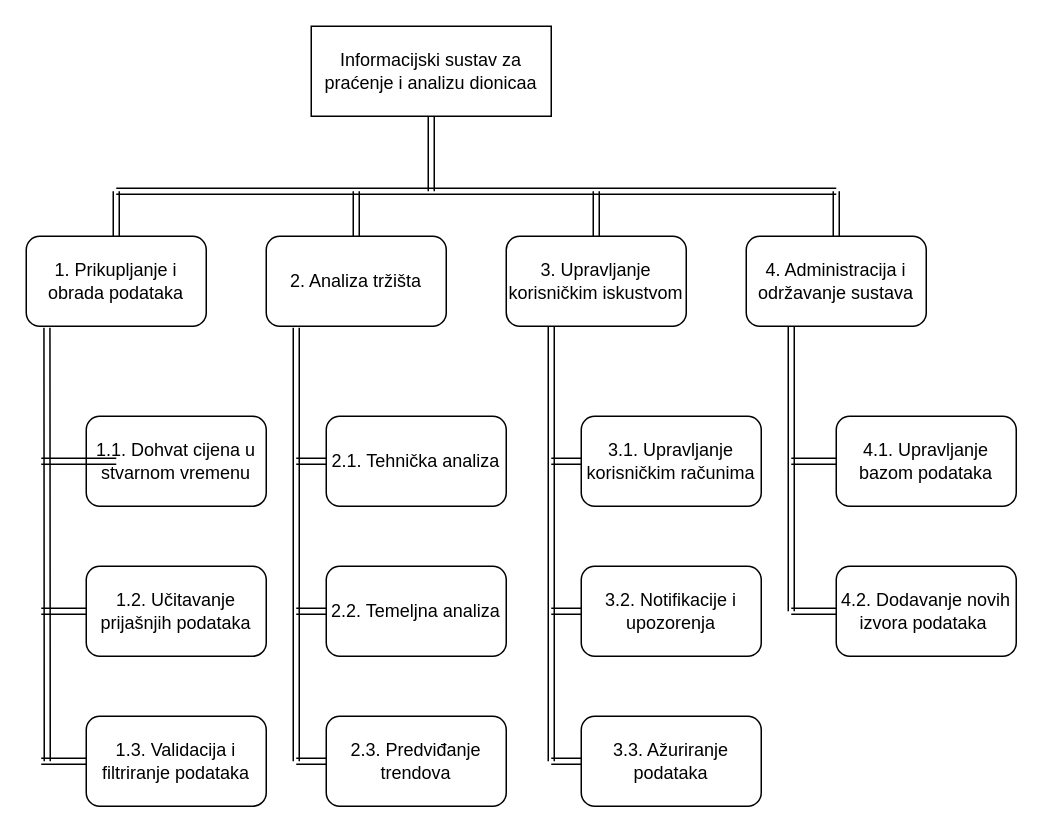
Above: 2. Specifikacija zahtjeva/2. Model funkcija/Model funkcija.drawio in hrvlionME/Dionice (draw.io), before the change. Source tidied: cells renumbered, new cells numbered last; positions are measured from the earlier drawing's top-left corner, leaving out a move shared by most shapes. Both pictures are drawn from the tidied source at 150%, with x=0, y=0 at pixel (26, 26).
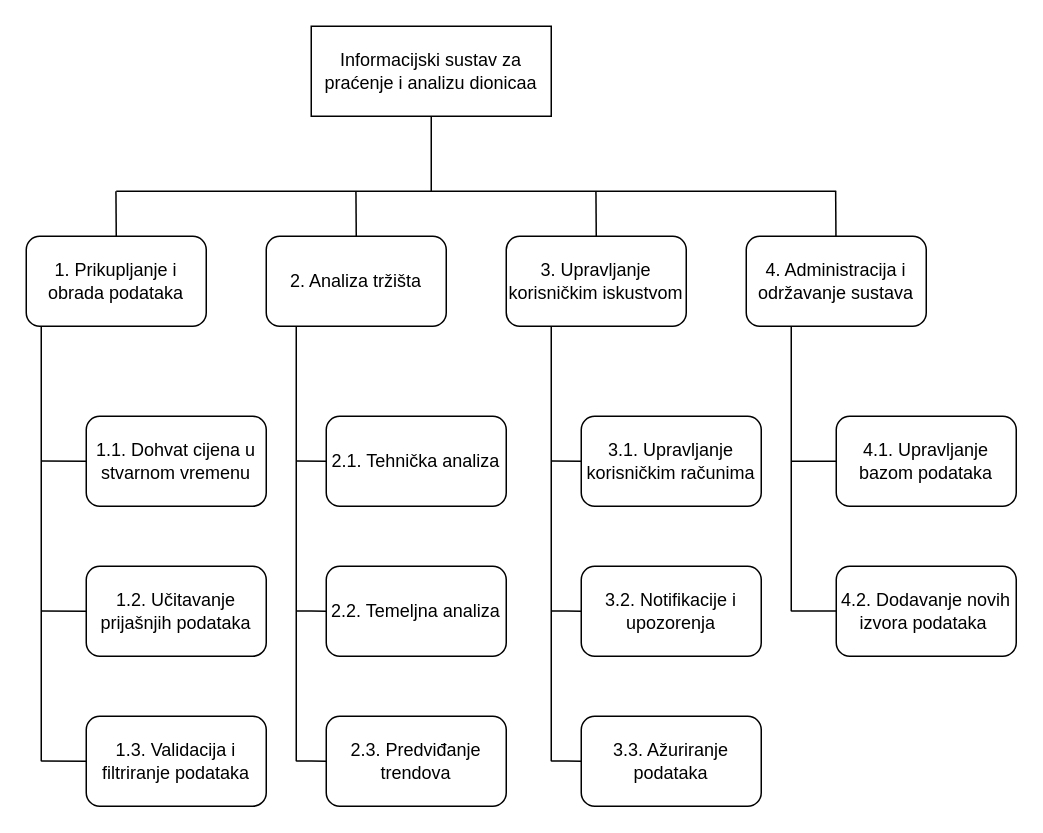
Above is the later version.

The change refers to these unchanged cells:
```xml
<mxCell id="2" value="&lt;font&gt;Informacijski sustav za praćenje i analizu dionicaa&lt;/font&gt;" style="rounded=0;whiteSpace=wrap;html=1;fontColor=light-dark(#000000,#000000);fillColor=light-dark(#FFFFFF,#E0E0E0);strokeColor=light-dark(#000000,#000000);" parent="1" vertex="1">
  <mxGeometry x="190" width="160" height="60" as="geometry" />
</mxCell>
<mxCell id="3" value="&lt;font style=&quot;color: light-dark(rgb(0, 0, 0), rgb(0, 0, 0));&quot;&gt;1. Prikupljanje i obrada podataka&lt;/font&gt;" style="rounded=1;whiteSpace=wrap;html=1;fillColor=light-dark(#FFFFFF,#FFFFFF);" parent="1" vertex="1">
  <mxGeometry y="140" width="120" height="60" as="geometry" />
</mxCell>
<mxCell id="4" value="&lt;font style=&quot;color: light-dark(rgb(0, 0, 0), rgb(0, 0, 0));&quot;&gt;2. Analiza tržišta&lt;/font&gt;" style="rounded=1;whiteSpace=wrap;html=1;fillColor=light-dark(#FFFFFF,#FFFFFF);" parent="1" vertex="1">
  <mxGeometry x="160" y="140" width="120" height="60" as="geometry" />
</mxCell>
<mxCell id="5" value="&lt;font style=&quot;color: light-dark(rgb(0, 0, 0), rgb(0, 0, 0));&quot;&gt;3. Upravljanje korisničkim iskustvom&lt;/font&gt;" style="rounded=1;whiteSpace=wrap;html=1;fillColor=light-dark(#FFFFFF,#FFFFFF);" parent="1" vertex="1">
  <mxGeometry x="320" y="140" width="120" height="60" as="geometry" />
</mxCell>
<mxCell id="6" value="&lt;font style=&quot;color: light-dark(rgb(0, 0, 0), rgb(0, 0, 0));&quot;&gt;4. Administracija i održavanje sustava&lt;/font&gt;" style="rounded=1;whiteSpace=wrap;html=1;fillColor=light-dark(#FFFFFF,#FFFFFF);" parent="1" vertex="1">
  <mxGeometry x="480" y="140" width="120" height="60" as="geometry" />
</mxCell>
<mxCell id="7" value="&lt;font style=&quot;color: light-dark(rgb(0, 0, 0), rgb(0, 0, 0));&quot;&gt;1.1. Dohvat cijena u stvarnom vremenu&lt;/font&gt;" style="rounded=1;whiteSpace=wrap;html=1;fillColor=light-dark(#FFFFFF,#FFFFFF);" parent="1" vertex="1">
  <mxGeometry x="40" y="260" width="120" height="60" as="geometry" />
</mxCell>
<mxCell id="9" value="&lt;font style=&quot;color: light-dark(rgb(0, 0, 0), rgb(0, 0, 0));&quot;&gt;1.3. Validacija i filtriranje podataka&lt;/font&gt;" style="rounded=1;whiteSpace=wrap;html=1;fillColor=light-dark(#FFFFFF,#FFFFFF);" parent="1" vertex="1">
  <mxGeometry x="40" y="460" width="120" height="60" as="geometry" />
</mxCell>
<mxCell id="10" value="&lt;font style=&quot;color: light-dark(rgb(0, 0, 0), rgb(0, 0, 0));&quot;&gt;2.1. Tehnička analiza&lt;/font&gt;" style="rounded=1;whiteSpace=wrap;html=1;fillColor=light-dark(#FFFFFF,#FFFFFF);" parent="1" vertex="1">
  <mxGeometry x="200" y="260" width="120" height="60" as="geometry" />
</mxCell>
<mxCell id="11" value="&lt;font style=&quot;color: light-dark(rgb(0, 0, 0), rgb(0, 0, 0));&quot;&gt;2.2. Temeljna analiza&lt;/font&gt;" style="rounded=1;whiteSpace=wrap;html=1;fillColor=light-dark(#FFFFFF,#FFFFFF);" parent="1" vertex="1">
  <mxGeometry x="200" y="360" width="120" height="60" as="geometry" />
</mxCell>
<mxCell id="12" value="&lt;font style=&quot;color: light-dark(rgb(0, 0, 0), rgb(0, 0, 0));&quot;&gt;2.3. Predviđanje trendova&lt;/font&gt;" style="rounded=1;whiteSpace=wrap;html=1;fillColor=light-dark(#FFFFFF,#FFFFFF);" parent="1" vertex="1">
  <mxGeometry x="200" y="460" width="120" height="60" as="geometry" />
</mxCell>
<mxCell id="13" value="&lt;font style=&quot;color: light-dark(rgb(0, 0, 0), rgb(0, 0, 0));&quot;&gt;3.1. Upravljanje korisničkim računima&lt;/font&gt;" style="rounded=1;whiteSpace=wrap;html=1;fillColor=light-dark(#FFFFFF,#FFFFFF);" parent="1" vertex="1">
  <mxGeometry x="370" y="260" width="120" height="60" as="geometry" />
</mxCell>
<mxCell id="14" value="&lt;font style=&quot;color: light-dark(rgb(0, 0, 0), rgb(0, 0, 0));&quot;&gt;3.2. Notifikacije i upozorenja&lt;/font&gt;" style="rounded=1;whiteSpace=wrap;html=1;fillColor=light-dark(#FFFFFF,#FFFFFF);" parent="1" vertex="1">
  <mxGeometry x="370" y="360" width="120" height="60" as="geometry" />
</mxCell>
<mxCell id="15" value="&lt;font style=&quot;color: light-dark(rgb(0, 0, 0), rgb(0, 0, 0));&quot;&gt;4.1. Upravljanje bazom podataka&lt;/font&gt;" style="rounded=1;whiteSpace=wrap;html=1;fillColor=light-dark(#FFFFFF,#FFFFFF);" parent="1" vertex="1">
  <mxGeometry x="540" y="260" width="120" height="60" as="geometry" />
</mxCell>
<mxCell id="16" value="&lt;font style=&quot;color: light-dark(rgb(0, 0, 0), rgb(0, 0, 0));&quot;&gt;3.3. Ažuriranje podataka&lt;/font&gt;" style="rounded=1;whiteSpace=wrap;html=1;fillColor=light-dark(#FFFFFF,#FFFFFF);" parent="1" vertex="1">
  <mxGeometry x="370" y="460" width="120" height="60" as="geometry" />
</mxCell>
<mxCell id="17" value="&lt;font style=&quot;color: light-dark(rgb(0, 0, 0), rgb(0, 0, 0));&quot;&gt;4.2. Dodavanje novih izvora podataka&amp;nbsp;&lt;/font&gt;" style="rounded=1;whiteSpace=wrap;html=1;fillColor=light-dark(#FFFFFF,#FFFFFF);" parent="1" vertex="1">
  <mxGeometry x="540" y="360" width="120" height="60" as="geometry" />
</mxCell>
```

Change to the diagram source:
```diff
@@
-    <mxCell id="18" style="shape=link;html=1;rounded=0;entryX=0.5;entryY=1;entryDx=0;entryDy=0;" parent="1" edge="1" target="2">
-      <mxGeometry relative="1" as="geometry">
-        <mxPoint x="270" y="110" as="sourcePoint" />
-      </mxGeometry>
-    </mxCell>
-    <mxCell id="19" style="shape=link;html=1;rounded=0;" parent="1" edge="1">
-      <mxGeometry relative="1" as="geometry">
-        <mxPoint x="60" y="110" as="sourcePoint" />
-        <mxPoint x="540" y="110" as="targetPoint" />
-      </mxGeometry>
-    </mxCell>
-    <mxCell id="20" style="shape=link;html=1;rounded=0;exitX=0.5;exitY=0;exitDx=0;exitDy=0;" parent="1" edge="1" source="3">
-      <mxGeometry relative="1" as="geometry">
-        <mxPoint x="60" y="110" as="targetPoint" />
-      </mxGeometry>
-    </mxCell>
-    <mxCell id="21" style="shape=link;html=1;rounded=0;entryX=0.5;entryY=0;entryDx=0;entryDy=0;" parent="1" edge="1" target="4">
-      <mxGeometry relative="1" as="geometry">
-        <mxPoint x="220" y="110" as="sourcePoint" />
-      </mxGeometry>
-    </mxCell>
-    <mxCell id="22" style="shape=link;html=1;rounded=0;entryX=0.5;entryY=0;entryDx=0;entryDy=0;" parent="1" edge="1" target="5">
-      <mxGeometry relative="1" as="geometry">
-        <mxPoint x="380" y="110" as="sourcePoint" />
-      </mxGeometry>
-    </mxCell>
-    <mxCell id="23" style="shape=link;html=1;rounded=0;exitX=0.5;exitY=0;exitDx=0;exitDy=0;" parent="1" edge="1" source="6">
-      <mxGeometry relative="1" as="geometry">
-        <mxPoint x="540" y="110" as="targetPoint" />
-      </mxGeometry>
-    </mxCell>
-    <mxCell id="24" style="shape=link;html=1;rounded=0;exitX=0.115;exitY=1.017;exitDx=0;exitDy=0;exitPerimeter=0;" parent="1" edge="1" source="3">
-      <mxGeometry relative="1" as="geometry">
-        <mxPoint x="14" y="490" as="targetPoint" />
-      </mxGeometry>
-    </mxCell>
-    <mxCell id="25" style="shape=link;html=1;rounded=0;entryX=0;entryY=0.5;entryDx=0;entryDy=0;" parent="1" edge="1" target="9">
-      <mxGeometry relative="1" as="geometry">
-        <mxPoint x="10" y="490" as="sourcePoint" />
-      </mxGeometry>
-    </mxCell>
-    <mxCell id="26" style="shape=link;html=1;rounded=0;" parent="1" edge="1">
-      <mxGeometry relative="1" as="geometry">
-        <mxPoint x="10" y="390" as="sourcePoint" />
-        <mxPoint x="40" y="390" as="targetPoint" />
-      </mxGeometry>
-    </mxCell>
-    <mxCell id="27" style="shape=link;html=1;rounded=0;" parent="1" edge="1">
-      <mxGeometry relative="1" as="geometry">
-        <mxPoint x="10" y="290" as="sourcePoint" />
-        <mxPoint x="60" y="290" as="targetPoint" />
-      </mxGeometry>
-    </mxCell>
-    <mxCell id="28" style="shape=link;html=1;rounded=0;" parent="1" edge="1">
-      <mxGeometry relative="1" as="geometry">
-        <mxPoint x="180" y="201" as="sourcePoint" />
-        <mxPoint x="180" y="490" as="targetPoint" />
-      </mxGeometry>
-    </mxCell>
-    <mxCell id="29" style="shape=link;html=1;rounded=0;entryX=0;entryY=0.5;entryDx=0;entryDy=0;" parent="1" edge="1" target="12">
-      <mxGeometry relative="1" as="geometry">
-        <mxPoint x="180" y="490" as="sourcePoint" />
-      </mxGeometry>
-    </mxCell>
-    <mxCell id="30" style="shape=link;html=1;rounded=0;entryX=0;entryY=0.5;entryDx=0;entryDy=0;" parent="1" edge="1" target="11">
-      <mxGeometry relative="1" as="geometry">
-        <mxPoint x="180" y="390" as="sourcePoint" />
-      </mxGeometry>
-    </mxCell>
-    <mxCell id="31" style="shape=link;html=1;rounded=0;entryX=0;entryY=0.5;entryDx=0;entryDy=0;" parent="1" edge="1" target="10">
-      <mxGeometry relative="1" as="geometry">
-        <mxPoint x="180" y="290" as="sourcePoint" />
-      </mxGeometry>
-    </mxCell>
-    <mxCell id="32" style="shape=link;html=1;rounded=0;exitX=0.25;exitY=1;exitDx=0;exitDy=0;" parent="1" edge="1" source="5">
-      <mxGeometry relative="1" as="geometry">
-        <mxPoint x="350" y="490" as="targetPoint" />
-      </mxGeometry>
-    </mxCell>
-    <mxCell id="33" style="shape=link;html=1;rounded=0;entryX=0;entryY=0.5;entryDx=0;entryDy=0;" parent="1" edge="1" target="16">
-      <mxGeometry relative="1" as="geometry">
-        <mxPoint x="350" y="490" as="sourcePoint" />
-      </mxGeometry>
-    </mxCell>
-    <mxCell id="34" style="shape=link;html=1;rounded=0;entryX=0;entryY=0.5;entryDx=0;entryDy=0;" parent="1" edge="1" target="14">
-      <mxGeometry relative="1" as="geometry">
-        <mxPoint x="350" y="390" as="sourcePoint" />
-      </mxGeometry>
-    </mxCell>
-    <mxCell id="35" style="shape=link;html=1;rounded=0;entryX=0;entryY=0.5;entryDx=0;entryDy=0;" parent="1" edge="1" target="13">
-      <mxGeometry relative="1" as="geometry">
-        <mxPoint x="350" y="290" as="sourcePoint" />
-      </mxGeometry>
-    </mxCell>
-    <mxCell id="36" style="shape=link;html=1;rounded=0;exitX=0.25;exitY=1;exitDx=0;exitDy=0;" parent="1" edge="1" source="6">
-      <mxGeometry relative="1" as="geometry">
-        <mxPoint x="510" y="390" as="targetPoint" />
-      </mxGeometry>
-    </mxCell>
-    <mxCell id="37" style="shape=link;html=1;rounded=0;entryX=0;entryY=0.5;entryDx=0;entryDy=0;" parent="1" edge="1" target="17">
-      <mxGeometry relative="1" as="geometry">
-        <mxPoint x="510" y="390" as="sourcePoint" />
-      </mxGeometry>
-    </mxCell>
-    <mxCell id="38" style="shape=link;html=1;rounded=0;entryX=0;entryY=0.5;entryDx=0;entryDy=0;" parent="1" edge="1" target="15">
-      <mxGeometry relative="1" as="geometry">
-        <mxPoint x="510" y="290" as="sourcePoint" />
-      </mxGeometry>
-    </mxCell>
+    <mxCell id="39" style="endArrow=none;html=1;rounded=0;" parent="1" edge="1">
+      <mxGeometry relative="1" as="geometry">
+        <mxPoint x="60" y="110" as="sourcePoint" />
+        <mxPoint x="540" y="110" as="targetPoint" />
+      </mxGeometry>
+    </mxCell>
+    <mxCell id="40" style="endArrow=none;html=1;rounded=0;entryX=0.5;entryY=1;entryDx=0;entryDy=0;" parent="1" edge="1" target="2">
+      <mxGeometry relative="1" as="geometry">
+        <mxPoint x="270" y="110" as="sourcePoint" />
+      </mxGeometry>
+    </mxCell>
+    <mxCell id="41" style="endArrow=none;html=1;rounded=0;entryX=0.5;entryY=1;entryDx=0;entryDy=0;" parent="1" edge="1">
+      <mxGeometry relative="1" as="geometry">
+        <mxPoint x="60" y="140" as="sourcePoint" />
+        <mxPoint x="59.8" y="110" as="targetPoint" />
+      </mxGeometry>
+    </mxCell>
+    <mxCell id="42" style="endArrow=none;html=1;rounded=0;entryX=0.5;entryY=1;entryDx=0;entryDy=0;" parent="1" edge="1">
+      <mxGeometry relative="1" as="geometry">
+        <mxPoint x="220" y="140" as="sourcePoint" />
+        <mxPoint x="219.8" y="110" as="targetPoint" />
+      </mxGeometry>
+    </mxCell>
+    <mxCell id="43" style="endArrow=none;html=1;rounded=0;entryX=0.5;entryY=1;entryDx=0;entryDy=0;" parent="1" edge="1">
+      <mxGeometry relative="1" as="geometry">
+        <mxPoint x="380" y="140" as="sourcePoint" />
+        <mxPoint x="379.8" y="110" as="targetPoint" />
+      </mxGeometry>
+    </mxCell>
+    <mxCell id="44" style="endArrow=none;html=1;rounded=0;entryX=0.5;entryY=1;entryDx=0;entryDy=0;" parent="1" edge="1">
+      <mxGeometry relative="1" as="geometry">
+        <mxPoint x="539.8" y="140" as="sourcePoint" />
+        <mxPoint x="539.6" y="110" as="targetPoint" />
+      </mxGeometry>
+    </mxCell>
+    <mxCell id="45" style="endArrow=none;html=1;rounded=0;entryX=0.25;entryY=1;entryDx=0;entryDy=0;" parent="1" edge="1" target="6">
+      <mxGeometry relative="1" as="geometry">
+        <mxPoint x="510" y="390" as="sourcePoint" />
+      </mxGeometry>
+    </mxCell>
+    <mxCell id="46" style="endArrow=none;html=1;rounded=0;entryX=0;entryY=0.5;entryDx=0;entryDy=0;" parent="1" edge="1" target="15">
+      <mxGeometry relative="1" as="geometry">
+        <mxPoint x="510" y="290" as="sourcePoint" />
+      </mxGeometry>
+    </mxCell>
+    <mxCell id="47" style="endArrow=none;html=1;rounded=0;entryX=0;entryY=0.5;entryDx=0;entryDy=0;" parent="1" edge="1">
+      <mxGeometry relative="1" as="geometry">
+        <mxPoint x="510" y="389.8" as="sourcePoint" />
+        <mxPoint x="540" y="389.8" as="targetPoint" />
+      </mxGeometry>
+    </mxCell>
+    <mxCell id="48" style="endArrow=none;html=1;rounded=0;entryX=0.25;entryY=1;entryDx=0;entryDy=0;" parent="1" edge="1" target="5">
+      <mxGeometry relative="1" as="geometry">
+        <mxPoint x="350" y="490" as="sourcePoint" />
+      </mxGeometry>
+    </mxCell>
+    <mxCell id="49" style="endArrow=none;html=1;rounded=0;" parent="1" edge="1">
+      <mxGeometry relative="1" as="geometry">
+        <mxPoint x="350" y="289.8" as="sourcePoint" />
+        <mxPoint x="370" y="290" as="targetPoint" />
+      </mxGeometry>
+    </mxCell>
+    <mxCell id="50" style="endArrow=none;html=1;rounded=0;" parent="1" edge="1">
+      <mxGeometry relative="1" as="geometry">
+        <mxPoint x="350" y="389.8" as="sourcePoint" />
+        <mxPoint x="370" y="390" as="targetPoint" />
+        <Array as="points">
+          <mxPoint x="360" y="389.8" />
+        </Array>
+      </mxGeometry>
+    </mxCell>
+    <mxCell id="51" style="endArrow=none;html=1;rounded=0;" parent="1" edge="1">
+      <mxGeometry relative="1" as="geometry">
+        <mxPoint x="350" y="489.8" as="sourcePoint" />
+        <mxPoint x="370" y="490" as="targetPoint" />
+        <Array as="points">
+          <mxPoint x="360" y="489.8" />
+        </Array>
+      </mxGeometry>
+    </mxCell>
+    <mxCell id="52" style="endArrow=none;html=1;rounded=0;entryX=0.25;entryY=1;entryDx=0;entryDy=0;" parent="1" edge="1">
+      <mxGeometry relative="1" as="geometry">
+        <mxPoint x="10" y="490" as="sourcePoint" />
+        <mxPoint x="10" y="200" as="targetPoint" />
+      </mxGeometry>
+    </mxCell>
+    <mxCell id="53" style="endArrow=none;html=1;rounded=0;" parent="1" edge="1">
+      <mxGeometry relative="1" as="geometry">
+        <mxPoint x="180" y="289.8" as="sourcePoint" />
+        <mxPoint x="200" y="290" as="targetPoint" />
+      </mxGeometry>
+    </mxCell>
+    <mxCell id="54" style="endArrow=none;html=1;rounded=0;" parent="1" edge="1">
+      <mxGeometry relative="1" as="geometry">
+        <mxPoint x="180" y="389.8" as="sourcePoint" />
+        <mxPoint x="200" y="390" as="targetPoint" />
+        <Array as="points">
+          <mxPoint x="190" y="389.8" />
+        </Array>
+      </mxGeometry>
+    </mxCell>
+    <mxCell id="55" style="endArrow=none;html=1;rounded=0;" parent="1" edge="1">
+      <mxGeometry relative="1" as="geometry">
+        <mxPoint x="180" y="489.8" as="sourcePoint" />
+        <mxPoint x="200" y="490" as="targetPoint" />
+        <Array as="points">
+          <mxPoint x="190" y="489.8" />
+        </Array>
+      </mxGeometry>
+    </mxCell>
+    <mxCell id="56" style="endArrow=none;html=1;rounded=0;entryX=0.25;entryY=1;entryDx=0;entryDy=0;" parent="1" edge="1">
+      <mxGeometry relative="1" as="geometry">
+        <mxPoint x="180" y="490" as="sourcePoint" />
+        <mxPoint x="180" y="200" as="targetPoint" />
+      </mxGeometry>
+    </mxCell>
+    <mxCell id="57" style="endArrow=none;html=1;rounded=0;entryX=0;entryY=0.5;entryDx=0;entryDy=0;" parent="1" edge="1" target="7">
+      <mxGeometry relative="1" as="geometry">
+        <mxPoint x="10" y="289.8" as="sourcePoint" />
+      </mxGeometry>
+    </mxCell>
+    <mxCell id="58" style="endArrow=none;html=1;rounded=0;entryX=0;entryY=0.5;entryDx=0;entryDy=0;" parent="1" edge="1">
+      <mxGeometry relative="1" as="geometry">
+        <mxPoint x="10" y="389.8" as="sourcePoint" />
+        <mxPoint x="40" y="390" as="targetPoint" />
+      </mxGeometry>
+    </mxCell>
+    <mxCell id="59" style="endArrow=none;html=1;rounded=0;entryX=0;entryY=0.5;entryDx=0;entryDy=0;" parent="1" edge="1">
+      <mxGeometry relative="1" as="geometry">
+        <mxPoint x="10" y="489.8" as="sourcePoint" />
+        <mxPoint x="40" y="490" as="targetPoint" />
+      </mxGeometry>
+    </mxCell>
```
